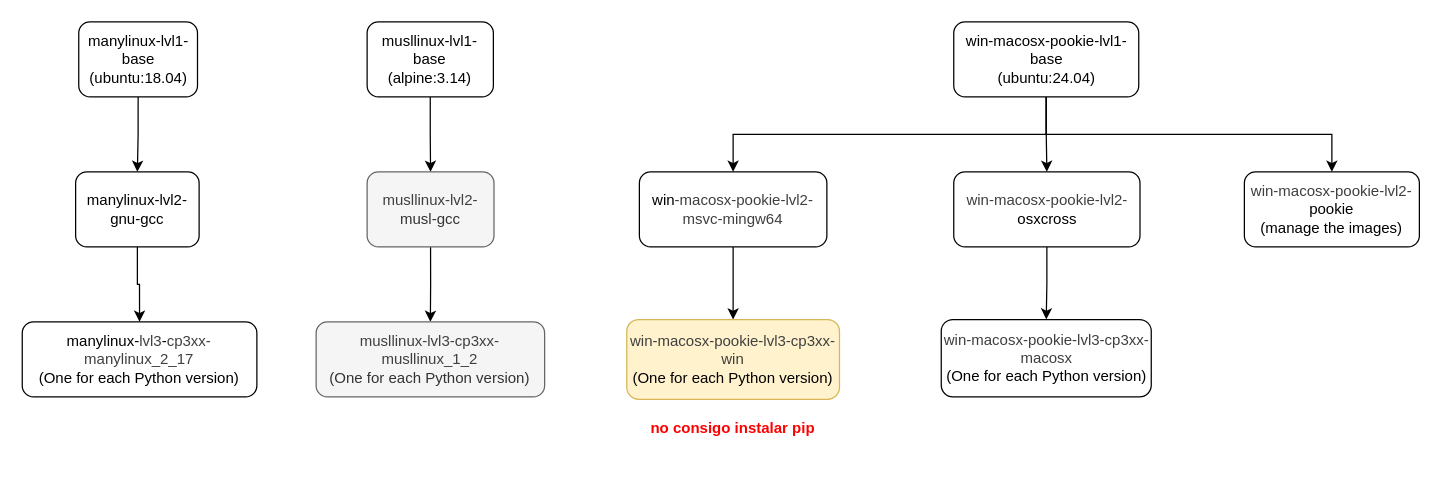
Above: Docker layer graph.drawio in andreslilloortiz/pookie (draw.io), before the change. Source tidied: cells renumbered, new cells numbered last; positions are measured from the earlier drawing's top-left corner, leaving out a move shared by most shapes. Both pictures are drawn from the tidied source at 125%, with x=0, y=0 at pixel (21, 21).
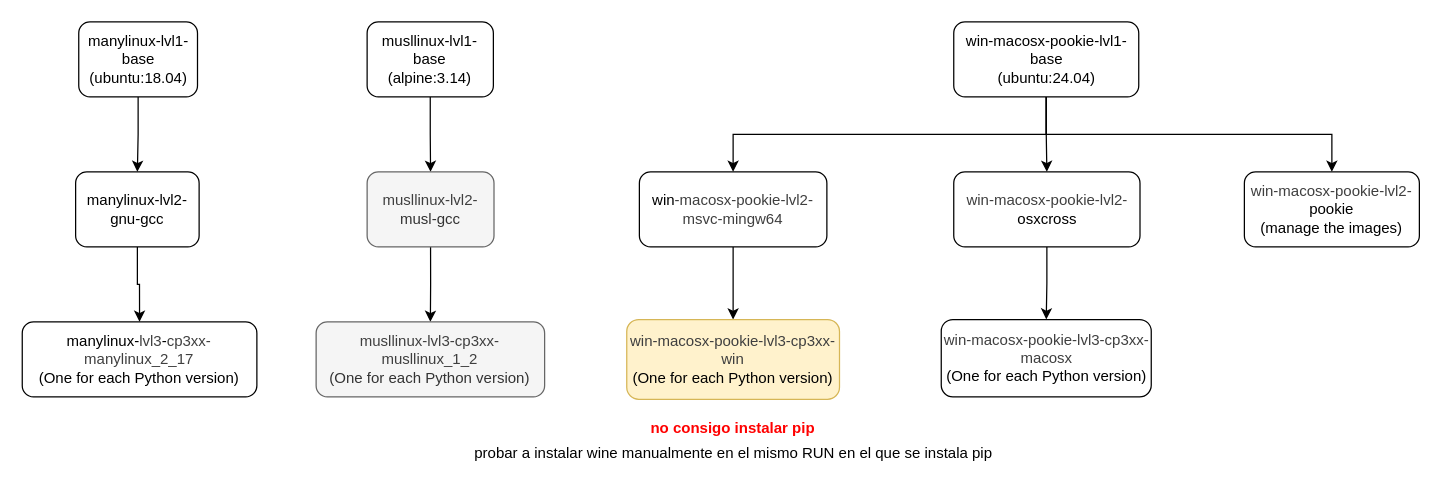
After the change.

Diff of the diagram source:
```diff
@@
+    <mxCell id="24" value="probar a instalar wine manualmente en el mismo RUN en el que se instala pip" style="text;html=1;align=center;verticalAlign=middle;whiteSpace=wrap;rounded=0;" parent="1" vertex="1">
+      <mxGeometry x="359.5" y="330" width="419" height="30" as="geometry" />
+    </mxCell>
```
